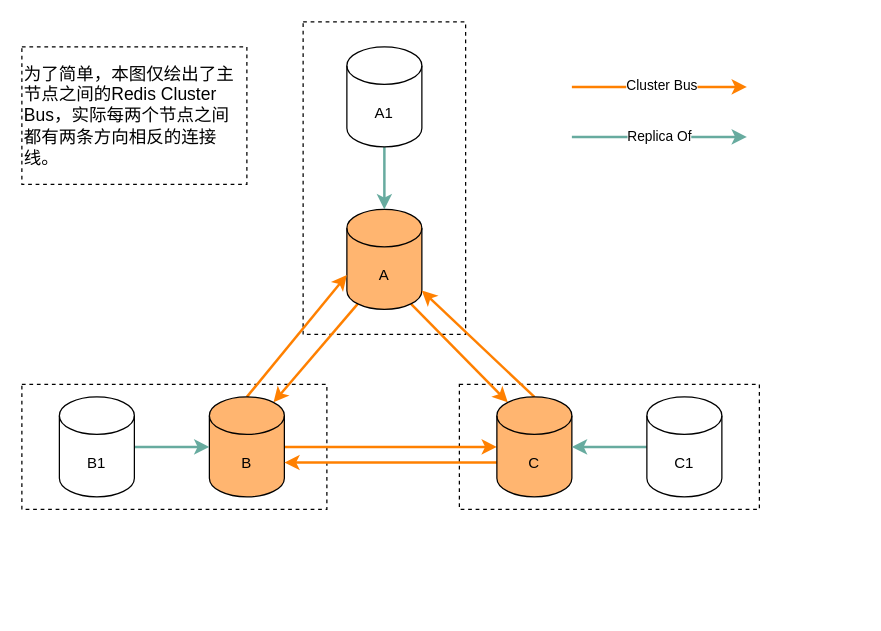
Earlier version of the draw.io diagram page "Cluster" (6 of 6) of Untitled Diagram.drawio (raysonxin/code-notes). Source tidied: cells renumbered, new cells numbered last; positions are measured from the earlier drawing's top-left corner, leaving out a move shared by most shapes. Both pictures are drawn from the tidied source at 125%, with x=0, y=0 at pixel (21, 21).
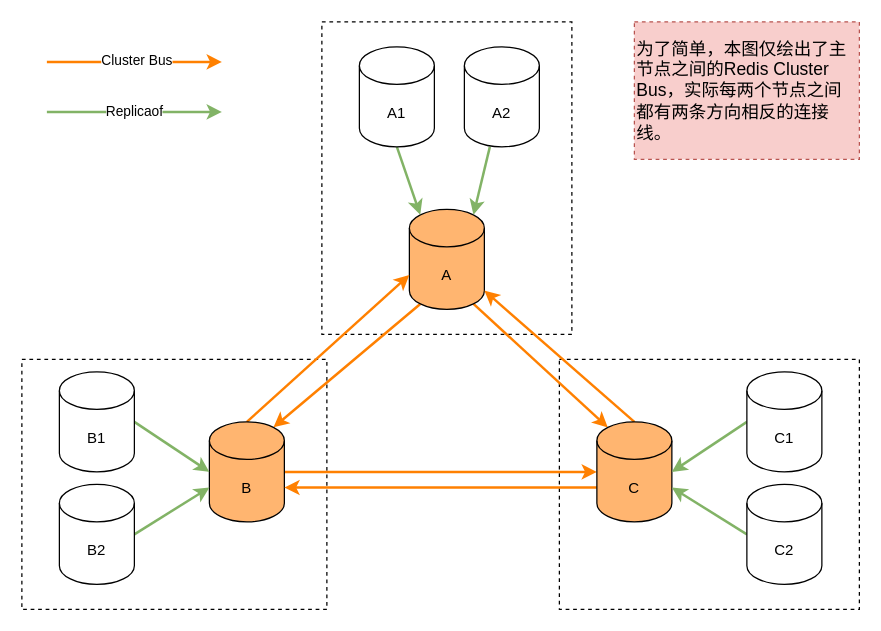
The same diagram, later.

What changed in the source:
```diff
@@
     <mxCell id="2" style="rounded=0;whiteSpace=wrap;html=1;dashed=1;" parent="1" vertex="1">
-      <mxGeometry x="225" width="130" height="250" as="geometry" />
+      <mxGeometry x="240" width="200" height="250" as="geometry" />
     </mxCell>
     <mxCell id="3" style="rounded=0;whiteSpace=wrap;html=1;dashed=1;" parent="1" vertex="1">
-      <mxGeometry x="350" y="290" width="240" height="100" as="geometry" />
+      <mxGeometry x="430" y="270" width="240" height="200" as="geometry" />
     </mxCell>
     <mxCell id="4" style="rounded=0;whiteSpace=wrap;html=1;dashed=1;" parent="1" vertex="1">
-      <mxGeometry y="290" width="244" height="100" as="geometry" />
+      <mxGeometry y="270" width="244" height="200" as="geometry" />
     </mxCell>
@@
     <mxCell id="7" value="A" style="shape=cylinder3;whiteSpace=wrap;html=1;boundedLbl=1;backgroundOutline=1;size=15;fillColor=#FFB570;" parent="1" vertex="1">
-      <mxGeometry x="260" y="150" width="60" height="80" as="geometry" />
+      <mxGeometry x="310" y="150" width="60" height="80" as="geometry" />
     </mxCell>
@@
     <mxCell id="10" value="B" style="shape=cylinder3;whiteSpace=wrap;html=1;boundedLbl=1;backgroundOutline=1;size=15;fillColor=#FFB570;" parent="1" vertex="1">
-      <mxGeometry x="150" y="300" width="60" height="80" as="geometry" />
+      <mxGeometry x="150" y="320" width="60" height="80" as="geometry" />
     </mxCell>
@@
     <mxCell id="13" value="C" style="shape=cylinder3;whiteSpace=wrap;html=1;boundedLbl=1;backgroundOutline=1;size=15;fillColor=#FFB570;" parent="1" vertex="1">
-      <mxGeometry x="380" y="300" width="60" height="80" as="geometry" />
+      <mxGeometry x="460" y="320" width="60" height="80" as="geometry" />
     </mxCell>
     <mxCell id="14" style="edgeStyle=none;rounded=0;orthogonalLoop=1;jettySize=auto;html=1;exitX=0.5;exitY=0;exitDx=0;exitDy=0;exitPerimeter=0;strokeColor=#FF8000;strokeWidth=2;" parent="1" edge="1">
       <mxGeometry relative="1" as="geometry">
-        <mxPoint x="440" y="52" as="sourcePoint" />
-        <mxPoint x="580" y="52" as="targetPoint" />
+        <mxPoint x="20" y="32" as="sourcePoint" />
+        <mxPoint x="160" y="32" as="targetPoint" />
       </mxGeometry>
     </mxCell>
@@
-    <mxCell id="16" value="Replica Of" style="edgeStyle=none;rounded=0;orthogonalLoop=1;jettySize=auto;html=1;exitX=0.5;exitY=1;exitDx=0;exitDy=0;strokeColor=#67AB9F;strokeWidth=2;" parent="1" edge="1">
+    <mxCell id="16" value="Replicaof" style="edgeStyle=none;rounded=0;orthogonalLoop=1;jettySize=auto;html=1;exitX=0.5;exitY=1;exitDx=0;exitDy=0;strokeColor=#82b366;strokeWidth=2;fillColor=#d5e8d4;" parent="1" edge="1">
       <mxGeometry relative="1" as="geometry">
-        <mxPoint x="440" y="92" as="sourcePoint" />
-        <mxPoint x="580" y="92" as="targetPoint" />
+        <mxPoint x="20" y="72" as="sourcePoint" />
+        <mxPoint x="160" y="72" as="targetPoint" />
       </mxGeometry>
     </mxCell>
-    <mxCell id="17" style="edgeStyle=none;rounded=0;jettySize=auto;html=1;exitX=1;exitY=0.5;exitDx=0;exitDy=0;exitPerimeter=0;entryX=0;entryY=0.5;entryDx=0;entryDy=0;entryPerimeter=0;strokeColor=#67AB9F;strokeWidth=2;" parent="1" edge="1" source="18" target="10">
+    <mxCell id="17" style="edgeStyle=none;rounded=0;jettySize=auto;html=1;exitX=1;exitY=0.5;exitDx=0;exitDy=0;exitPerimeter=0;entryX=0;entryY=0.5;entryDx=0;entryDy=0;entryPerimeter=0;strokeColor=#82b366;strokeWidth=2;fillColor=#d5e8d4;" parent="1" edge="1" source="18" target="10">
       <mxGeometry relative="1" as="geometry" />
     </mxCell>
     <mxCell id="18" value="B1" style="shape=cylinder3;whiteSpace=wrap;html=1;boundedLbl=1;backgroundOutline=1;size=15;" parent="1" vertex="1">
-      <mxGeometry x="30" y="300" width="60" height="80" as="geometry" />
+      <mxGeometry x="30" y="280" width="60" height="80" as="geometry" />
     </mxCell>
-    <mxCell id="19" style="edgeStyle=none;rounded=0;jettySize=auto;html=1;exitX=0;exitY=0.5;exitDx=0;exitDy=0;exitPerimeter=0;entryX=1;entryY=0.5;entryDx=0;entryDy=0;entryPerimeter=0;strokeColor=#67AB9F;strokeWidth=2;" parent="1" edge="1" source="20" target="13">
+    <mxCell id="19" style="edgeStyle=none;rounded=0;jettySize=auto;html=1;exitX=0;exitY=0.5;exitDx=0;exitDy=0;exitPerimeter=0;entryX=1;entryY=0.5;entryDx=0;entryDy=0;entryPerimeter=0;strokeColor=#82b366;strokeWidth=2;fillColor=#d5e8d4;" parent="1" edge="1" source="20" target="13">
       <mxGeometry relative="1" as="geometry" />
     </mxCell>
     <mxCell id="20" value="C1" style="shape=cylinder3;whiteSpace=wrap;html=1;boundedLbl=1;backgroundOutline=1;size=15;" parent="1" vertex="1">
-      <mxGeometry x="500" y="300" width="60" height="80" as="geometry" />
+      <mxGeometry x="580" y="280" width="60" height="80" as="geometry" />
     </mxCell>
-    <mxCell id="21" style="edgeStyle=none;rounded=0;jettySize=auto;html=1;exitX=0.5;exitY=1;exitDx=0;exitDy=0;exitPerimeter=0;entryX=0.5;entryY=0;entryDx=0;entryDy=0;entryPerimeter=0;strokeColor=#67AB9F;strokeWidth=2;" parent="1" edge="1" source="22" target="7">
+    <mxCell id="21" style="edgeStyle=none;rounded=0;jettySize=auto;html=1;exitX=0.5;exitY=1;exitDx=0;exitDy=0;exitPerimeter=0;entryX=0.145;entryY=0;entryDx=0;entryDy=4.35;entryPerimeter=0;strokeColor=#82b366;strokeWidth=2;fillColor=#d5e8d4;" parent="1" edge="1" source="22" target="7">
       <mxGeometry relative="1" as="geometry" />
     </mxCell>
     <mxCell id="22" value="A1" style="shape=cylinder3;whiteSpace=wrap;html=1;boundedLbl=1;backgroundOutline=1;size=15;" parent="1" vertex="1">
-      <mxGeometry x="260" y="20" width="60" height="80" as="geometry" />
+      <mxGeometry x="270" y="20" width="60" height="80" as="geometry" />
     </mxCell>
@@
-    <mxCell id="24" value="为了简单，本图仅绘出了主节点之间的Redis Cluster Bus，实际每两个节点之间都有两条方向相反的连接线。" style="rounded=0;whiteSpace=wrap;html=1;dashed=1;fillColor=#FFFFFF;align=left;horizontal=1;fontSize=14;" parent="1" vertex="1">
-      <mxGeometry y="20" width="180" height="110" as="geometry" />
+    <mxCell id="24" value="为了简单，本图仅绘出了主节点之间的Redis Cluster Bus，实际每两个节点之间都有两条方向相反的连接线。" style="rounded=0;whiteSpace=wrap;html=1;dashed=1;fillColor=#f8cecc;align=left;horizontal=1;fontSize=14;strokeColor=#b85450;" parent="1" vertex="1">
+      <mxGeometry x="490" width="180" height="110" as="geometry" />
     </mxCell>
+    <mxCell id="25" style="rounded=0;jettySize=auto;html=1;exitX=0;exitY=0.5;exitDx=0;exitDy=0;exitPerimeter=0;entryX=1;entryY=0;entryDx=0;entryDy=52.5;entryPerimeter=0;strokeWidth=2;fillColor=#d5e8d4;strokeColor=#82b366;" parent="1" edge="1" source="26" target="13">
+      <mxGeometry relative="1" as="geometry" />
+    </mxCell>
+    <mxCell id="26" value="C2" style="shape=cylinder3;whiteSpace=wrap;html=1;boundedLbl=1;backgroundOutline=1;size=15;" parent="1" vertex="1">
+      <mxGeometry x="580" y="370" width="60" height="80" as="geometry" />
+    </mxCell>
+    <mxCell id="27" style="edgeStyle=none;rounded=0;jettySize=auto;html=1;exitX=1;exitY=0.5;exitDx=0;exitDy=0;exitPerimeter=0;entryX=0;entryY=0;entryDx=0;entryDy=52.5;entryPerimeter=0;strokeWidth=2;fillColor=#d5e8d4;strokeColor=#82b366;" parent="1" edge="1" source="28" target="10">
+      <mxGeometry relative="1" as="geometry" />
+    </mxCell>
+    <mxCell id="28" value="B2" style="shape=cylinder3;whiteSpace=wrap;html=1;boundedLbl=1;backgroundOutline=1;size=15;" parent="1" vertex="1">
+      <mxGeometry x="30" y="370" width="60" height="80" as="geometry" />
+    </mxCell>
+    <mxCell id="29" style="edgeStyle=none;rounded=0;jettySize=auto;html=1;entryX=0.855;entryY=0;entryDx=0;entryDy=4.35;entryPerimeter=0;strokeWidth=2;fillColor=#d5e8d4;strokeColor=#82b366;" parent="1" edge="1" source="30" target="7">
+      <mxGeometry relative="1" as="geometry" />
+    </mxCell>
+    <mxCell id="30" value="A2" style="shape=cylinder3;whiteSpace=wrap;html=1;boundedLbl=1;backgroundOutline=1;size=15;" parent="1" vertex="1">
+      <mxGeometry x="354" y="20" width="60" height="80" as="geometry" />
+    </mxCell>
```
